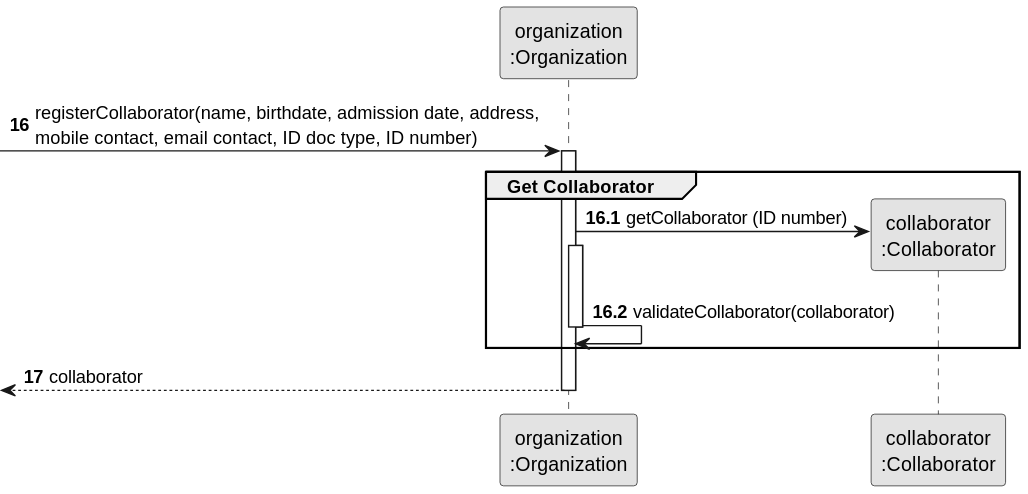
Earlier version of the PlantUML export docs/sprint2/us004/03.design/svg/us004-sequence-diagram-partial-get-collaborator.svg (tiagosoa/lei-24-s2-1dgh-g073). Source of this version:
```plantuml
@startuml
skinparam monochrome true
skinparam packageStyle rectangle
skinparam shadowing false

participant "organization\n:Organization" as ORG
participant "collaborator\n:Collaborator" as COLABORADOR

autonumber 16
-> ORG: registerCollaborator(name, birthdate, admission date, address, \nmobile contact, email contact, ID doc type, ID number)

autonumber 16.1
activate ORG
    group Get Collaborator

        ORG -> COLABORADOR**: getCollaborator (ID number)

        activate ORG
            ORG -> ORG: validateCollaborator(collaborator)
        deactivate ORG
    end
    autonumber 17
    <-- ORG : collaborator
deactivate ORG
@enduml
```
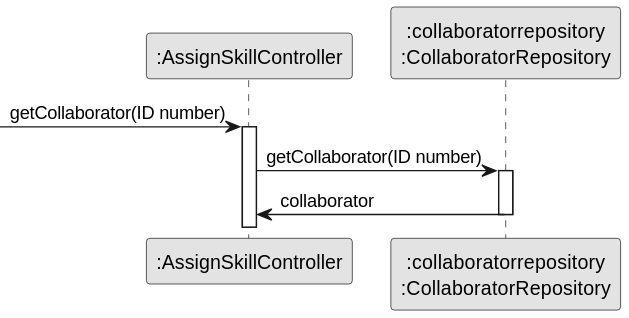
The same diagram one commit later.

The edit, as a diff of the source:
```diff
@@ -3,23 +3,15 @@
 skinparam packageStyle rectangle
 skinparam shadowing false
 
-participant "organization\n:Organization" as ORG
-participant "collaborator\n:Collaborator" as COLABORADOR
+participant ":AssignSkillController" as CTRL
+participant ":collaboratorrepository\n:CollaboratorRepository" as CR
 
-autonumber 16
--> ORG: registerCollaborator(name, birthdate, admission date, address, \nmobile contact, email contact, ID doc type, ID number)
+         -> CTRL : getCollaborator(ID number)
+        activate CTRL
 
-autonumber 16.1
-activate ORG
-    group Get Collaborator
+        CTRL -> CR : getCollaborator(ID number)
+        activate CR
 
-        ORG -> COLABORADOR**: getCollaborator (ID number)
-
-        activate ORG
-            ORG -> ORG: validateCollaborator(collaborator)
-        deactivate ORG
-    end
-    autonumber 17
-    <-- ORG : collaborator
-deactivate ORG
+        CR -> CTRL : collaborator
+        deactivate CR
 @enduml
```
